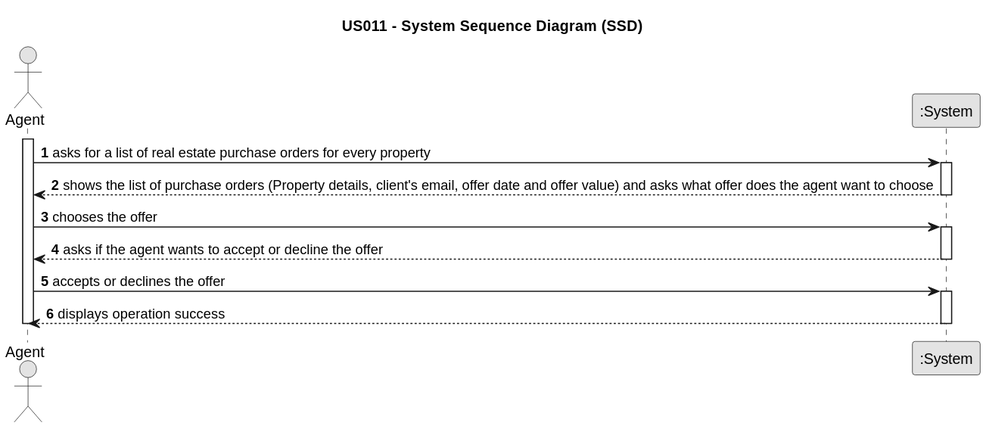
This is docs/sprintD/US11/01.requirements-engineering/svg/us011-system-sequence-diagram.svg from PureNimble/ISEP-LAPR2, a PlantUML export, as it was before one commit. Its diagram source:
```plantuml
@startuml

skinparam monochrome true
skinparam packageStyle rectangle
skinparam shadowing false

title US011 - System Sequence Diagram (SSD)

autonumber

actor "Agent" as agent
participant ":System" as sys

activate agent


agent -> sys : asks for a list of real estate purchase orders for every property
activate sys
sys --> agent : shows the list of purchase orders (Property details, client's email, offer date and offer value) and asks what offer does the agent want to choose
deactivate sys

agent -> sys : chooses the offer
activate sys
sys --> agent : asks if the agent wants to accept or decline the offer
deactivate sys

agent -> sys : accepts or declines the offer
activate sys
sys --> agent : displays operation success
deactivate sys

deactivate agent
@enduml
```
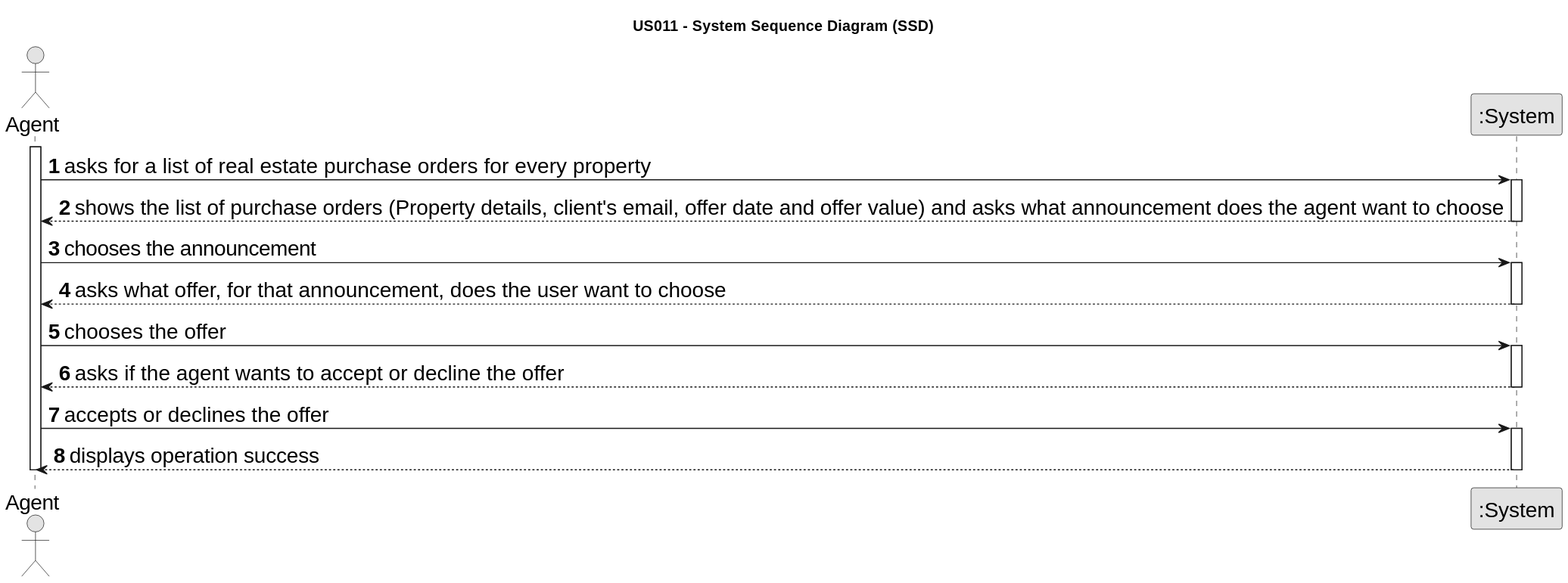
After the change.

Change to the diagram source:
```diff
@@ -1,4 +1,5 @@
 @startuml
+skinparamlocked defaultFontSize 20
 
 skinparam monochrome true
 skinparam packageStyle rectangle
@@ -16,7 +17,12 @@
 
 agent -> sys : asks for a list of real estate purchase orders for every property
 activate sys
-sys --> agent : shows the list of purchase orders (Property details, client's email, offer date and offer value) and asks what offer does the agent want to choose
+sys --> agent : shows the list of purchase orders (Property details, client's email, offer date and offer value) and asks what announcement does the agent want to choose
+deactivate sys
+
+agent -> sys : chooses the announcement
+activate sys
+sys --> agent : asks what offer, for that announcement, does the user want to choose
 deactivate sys
 
 agent -> sys : chooses the offer
```
